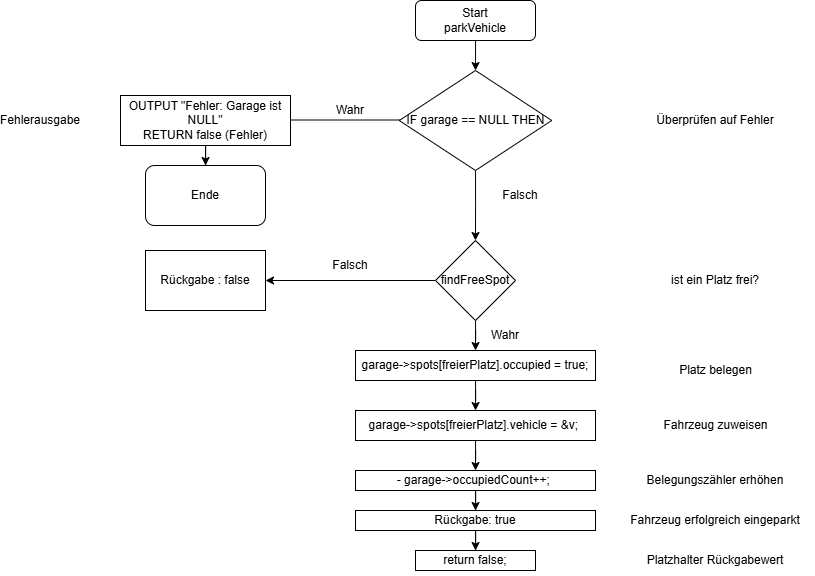
The draw.io diagram docs/flowcharts/parkingVehicle_flowchart.drawio.png in yasinbakacs/Projekt_Programmieren1, before a commit. Source tidied: cells renumbered, new cells last; positions are measured from the earlier drawing's top-left corner, leaving out a move shared by most shapes.
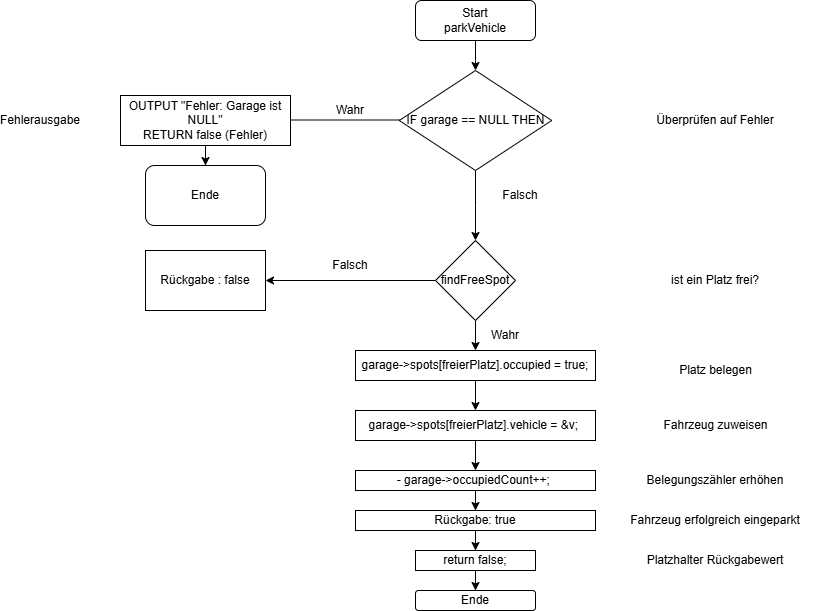
The same diagram one commit later.

Commit message:
Verbesserung von simulation_step und hinzufügen von parkingVehicle

Change to the diagram source:
```diff
@@ -98,11 +98,17 @@
     <mxCell id="32" value="Fahrzeug erfolgreich eingeparkt" style="text;html=1;whiteSpace=wrap;strokeColor=none;fillColor=none;align=center;verticalAlign=middle;rounded=0;" parent="1" vertex="1">
       <mxGeometry x="610" y="507.5" width="190" height="25" as="geometry" />
     </mxCell>
+    <mxCell id="35" style="edgeStyle=orthogonalEdgeStyle;rounded=0;jettySize=auto;html=1;" parent="1" edge="1" source="33" target="36">
+      <mxGeometry relative="1" as="geometry" />
+    </mxCell>
     <mxCell id="33" value="return false;" style="rounded=0;whiteSpace=wrap;html=1;" parent="1" vertex="1">
       <mxGeometry x="405" y="550" width="120" height="20" as="geometry" />
     </mxCell>
     <mxCell id="34" value="Platzhalter Rückgabewert" style="text;html=1;whiteSpace=wrap;strokeColor=none;fillColor=none;align=center;verticalAlign=middle;rounded=0;" parent="1" vertex="1">
       <mxGeometry x="625" y="545" width="160" height="30" as="geometry" />
     </mxCell>
+    <mxCell id="36" value="Ende" style="rounded=1;whiteSpace=wrap;html=1;" parent="1" vertex="1">
+      <mxGeometry x="405" y="590" width="120" height="20" as="geometry" />
+    </mxCell>
   </root>
 </mxGraphModel>
```
